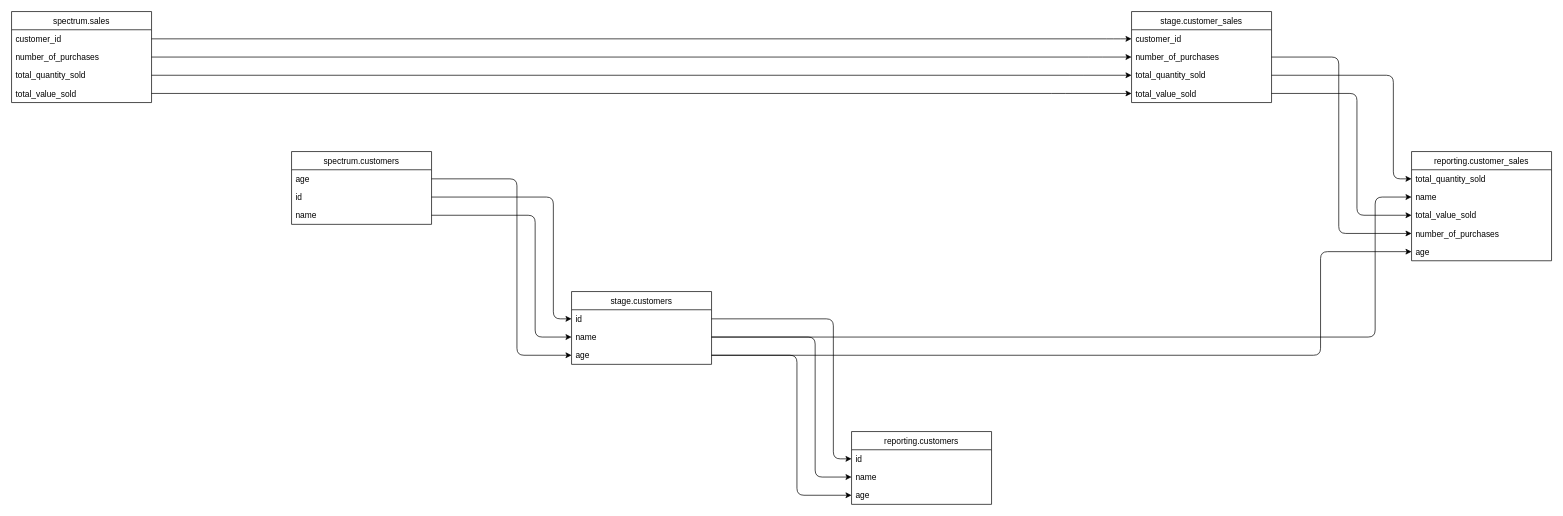
This is outputs/output.drawio from domherriott/sqlinks, a draw.io file, before an edit. Source tidied: cells renumbered, new cells numbered last; positions are measured from the earlier drawing's top-left corner, leaving out a move shared by most shapes. Both pictures are drawn from the tidied source at 70%, with x=0, y=0 at pixel (11, 11).
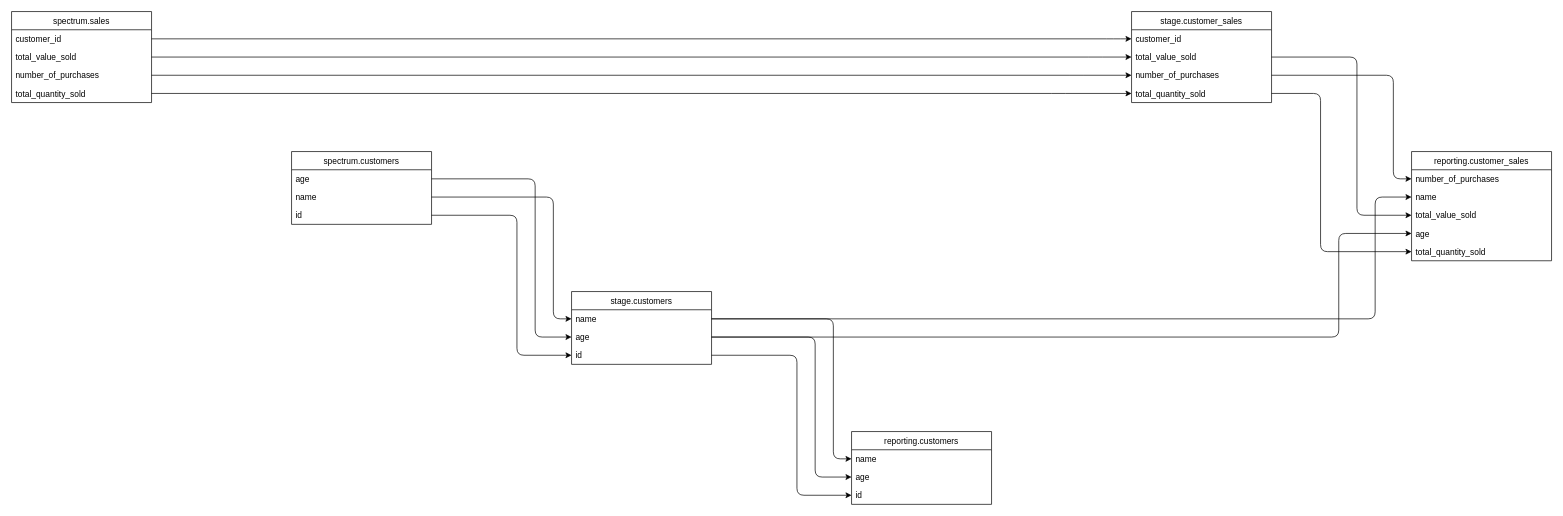
Above is the later version.

Unchanged cells that the change refers to:
```xml
<mxCell id="2" value="reporting.customers" style="swimlane;fontStyle=0;horizontal=1;startSize=26;fillColor=none;" parent="1" vertex="1">
  <mxGeometry x="1200" y="600" width="200" height="104" as="geometry" />
</mxCell>
<mxCell id="9" value="stage.customers" style="swimlane;fontStyle=0;horizontal=1;startSize=26;fillColor=none;" parent="1" vertex="1">
  <mxGeometry x="800" y="400" width="200" height="104" as="geometry" />
</mxCell>
<mxCell id="16" value="stage.customer_sales" style="swimlane;fontStyle=0;horizontal=1;startSize=26;fillColor=none;" parent="1" vertex="1">
  <mxGeometry x="1600" width="200" height="130" as="geometry" />
</mxCell>
<mxCell id="25" value="spectrum.sales" style="swimlane;fontStyle=0;horizontal=1;startSize=26;fillColor=none;" parent="1" vertex="1">
  <mxGeometry width="200" height="130" as="geometry" />
</mxCell>
<mxCell id="30" value="spectrum.customers" style="swimlane;fontStyle=0;horizontal=1;startSize=26;fillColor=none;" parent="1" vertex="1">
  <mxGeometry x="400" y="200" width="200" height="104" as="geometry" />
</mxCell>
<mxCell id="31" value="age" style="text;strokeColor=none;fillColor=none;align=left;verticalAlign=top;spacingLeft=4;spacingRight=4;overflow=hidden;points=[[0,0.5],[1,0.5]];portConstraint=eastwest;" parent="30" vertex="1">
  <mxGeometry y="26" width="200" height="26" as="geometry" />
</mxCell>
<mxCell id="34" value="reporting.customer_sales" style="swimlane;fontStyle=0;horizontal=1;startSize=26;fillColor=none;" parent="1" vertex="1">
  <mxGeometry x="2000" y="200" width="200" height="156" as="geometry" />
</mxCell>
<mxCell id="37" value="name" style="text;strokeColor=none;fillColor=none;align=left;verticalAlign=top;spacingLeft=4;spacingRight=4;overflow=hidden;points=[[0,0.5],[1,0.5]];portConstraint=eastwest;" parent="34" vertex="1">
  <mxGeometry y="52" width="200" height="26" as="geometry" />
</mxCell>
<mxCell id="39" value="total_value_sold" style="text;strokeColor=none;fillColor=none;align=left;verticalAlign=top;spacingLeft=4;spacingRight=4;overflow=hidden;points=[[0,0.5],[1,0.5]];portConstraint=eastwest;" parent="34" vertex="1">
  <mxGeometry y="78" width="200" height="26" as="geometry" />
</mxCell>
```

The edit, as a diff of the source:
```diff
@@
-    <mxCell id="3" value="id" style="text;strokeColor=none;fillColor=none;align=left;verticalAlign=top;spacingLeft=4;spacingRight=4;overflow=hidden;points=[[0,0.5],[1,0.5]];portConstraint=eastwest;" parent="2" vertex="1">
+    <mxCell id="3" value="name" style="text;strokeColor=none;fillColor=none;align=left;verticalAlign=top;spacingLeft=4;spacingRight=4;overflow=hidden;points=[[0,0.5],[1,0.5]];portConstraint=eastwest;" parent="2" vertex="1">
       <mxGeometry y="26" width="200" height="26" as="geometry" />
     </mxCell>
@@
-    <mxCell id="5" value="name" style="text;strokeColor=none;fillColor=none;align=left;verticalAlign=top;spacingLeft=4;spacingRight=4;overflow=hidden;points=[[0,0.5],[1,0.5]];portConstraint=eastwest;" parent="2" vertex="1">
+    <mxCell id="5" value="age" style="text;strokeColor=none;fillColor=none;align=left;verticalAlign=top;spacingLeft=4;spacingRight=4;overflow=hidden;points=[[0,0.5],[1,0.5]];portConstraint=eastwest;" parent="2" vertex="1">
       <mxGeometry y="52" width="200" height="26" as="geometry" />
     </mxCell>
@@
-    <mxCell id="7" value="age" style="text;strokeColor=none;fillColor=none;align=left;verticalAlign=top;spacingLeft=4;spacingRight=4;overflow=hidden;points=[[0,0.5],[1,0.5]];portConstraint=eastwest;" parent="2" vertex="1">
+    <mxCell id="7" value="id" style="text;strokeColor=none;fillColor=none;align=left;verticalAlign=top;spacingLeft=4;spacingRight=4;overflow=hidden;points=[[0,0.5],[1,0.5]];portConstraint=eastwest;" parent="2" vertex="1">
       <mxGeometry y="78" width="200" height="26" as="geometry" />
     </mxCell>
@@
-    <mxCell id="10" value="id" style="text;strokeColor=none;fillColor=none;align=left;verticalAlign=top;spacingLeft=4;spacingRight=4;overflow=hidden;points=[[0,0.5],[1,0.5]];portConstraint=eastwest;" parent="9" vertex="1">
+    <mxCell id="10" value="name" style="text;strokeColor=none;fillColor=none;align=left;verticalAlign=top;spacingLeft=4;spacingRight=4;overflow=hidden;points=[[0,0.5],[1,0.5]];portConstraint=eastwest;" parent="9" vertex="1">
       <mxGeometry y="26" width="200" height="26" as="geometry" />
     </mxCell>
@@
-    <mxCell id="12" value="name" style="text;strokeColor=none;fillColor=none;align=left;verticalAlign=top;spacingLeft=4;spacingRight=4;overflow=hidden;points=[[0,0.5],[1,0.5]];portConstraint=eastwest;" parent="9" vertex="1">
+    <mxCell id="12" value="age" style="text;strokeColor=none;fillColor=none;align=left;verticalAlign=top;spacingLeft=4;spacingRight=4;overflow=hidden;points=[[0,0.5],[1,0.5]];portConstraint=eastwest;" parent="9" vertex="1">
       <mxGeometry y="52" width="200" height="26" as="geometry" />
     </mxCell>
-    <mxCell id="13" style="edgeStyle=elbowEdgeStyle;elbow=horizontal;endArrow=classic;html=1;exitX=1;exitY=0.5;exitDx=0;exitDy=0;entryX=0;entryY=0.5;entryDx=0;entryDy=0;" parent="1" edge="1" source="33" target="12">
+    <mxCell id="13" style="edgeStyle=elbowEdgeStyle;elbow=horizontal;endArrow=classic;html=1;exitX=1;exitY=0.5;exitDx=0;exitDy=0;entryX=0;entryY=0.5;entryDx=0;entryDy=0;" parent="1" edge="1" source="31" target="12">
       <mxGeometry relative="1" as="geometry">
         <Array as="points">
           <mxPoint x="748" y="452" />
         </Array>
       </mxGeometry>
     </mxCell>
-    <mxCell id="14" value="age" style="text;strokeColor=none;fillColor=none;align=left;verticalAlign=top;spacingLeft=4;spacingRight=4;overflow=hidden;points=[[0,0.5],[1,0.5]];portConstraint=eastwest;" parent="9" vertex="1">
+    <mxCell id="14" value="id" style="text;strokeColor=none;fillColor=none;align=left;verticalAlign=top;spacingLeft=4;spacingRight=4;overflow=hidden;points=[[0,0.5],[1,0.5]];portConstraint=eastwest;" parent="9" vertex="1">
       <mxGeometry y="78" width="200" height="26" as="geometry" />
     </mxCell>
-    <mxCell id="15" style="edgeStyle=elbowEdgeStyle;elbow=horizontal;endArrow=classic;html=1;exitX=1;exitY=0.5;exitDx=0;exitDy=0;entryX=0;entryY=0.5;entryDx=0;entryDy=0;" parent="1" edge="1" source="31" target="14">
+    <mxCell id="15" style="edgeStyle=elbowEdgeStyle;elbow=horizontal;endArrow=classic;html=1;exitX=1;exitY=0.5;exitDx=0;exitDy=0;entryX=0;entryY=0.5;entryDx=0;entryDy=0;" parent="1" edge="1" source="33" target="14">
       <mxGeometry relative="1" as="geometry">
         <Array as="points">
           <mxPoint x="722" y="478" />
         </Array>
       </mxGeometry>
     </mxCell>
@@
-    <mxCell id="19" value="number_of_purchases" style="text;strokeColor=none;fillColor=none;align=left;verticalAlign=top;spacingLeft=4;spacingRight=4;overflow=hidden;points=[[0,0.5],[1,0.5]];portConstraint=eastwest;" parent="16" vertex="1">
+    <mxCell id="19" value="total_value_sold" style="text;strokeColor=none;fillColor=none;align=left;verticalAlign=top;spacingLeft=4;spacingRight=4;overflow=hidden;points=[[0,0.5],[1,0.5]];portConstraint=eastwest;" parent="16" vertex="1">
       <mxGeometry y="52" width="200" height="26" as="geometry" />
     </mxCell>
@@
-    <mxCell id="21" value="total_quantity_sold" style="text;strokeColor=none;fillColor=none;align=left;verticalAlign=top;spacingLeft=4;spacingRight=4;overflow=hidden;points=[[0,0.5],[1,0.5]];portConstraint=eastwest;" parent="16" vertex="1">
+    <mxCell id="21" value="number_of_purchases" style="text;strokeColor=none;fillColor=none;align=left;verticalAlign=top;spacingLeft=4;spacingRight=4;overflow=hidden;points=[[0,0.5],[1,0.5]];portConstraint=eastwest;" parent="16" vertex="1">
       <mxGeometry y="78" width="200" height="26" as="geometry" />
     </mxCell>
@@
-    <mxCell id="23" value="total_value_sold" style="text;strokeColor=none;fillColor=none;align=left;verticalAlign=top;spacingLeft=4;spacingRight=4;overflow=hidden;points=[[0,0.5],[1,0.5]];portConstraint=eastwest;" parent="16" vertex="1">
+    <mxCell id="23" value="total_quantity_sold" style="text;strokeColor=none;fillColor=none;align=left;verticalAlign=top;spacingLeft=4;spacingRight=4;overflow=hidden;points=[[0,0.5],[1,0.5]];portConstraint=eastwest;" parent="16" vertex="1">
       <mxGeometry y="104" width="200" height="26" as="geometry" />
     </mxCell>
@@
-    <mxCell id="27" value="number_of_purchases" style="text;strokeColor=none;fillColor=none;align=left;verticalAlign=top;spacingLeft=4;spacingRight=4;overflow=hidden;points=[[0,0.5],[1,0.5]];portConstraint=eastwest;" parent="25" vertex="1">
+    <mxCell id="27" value="total_value_sold" style="text;strokeColor=none;fillColor=none;align=left;verticalAlign=top;spacingLeft=4;spacingRight=4;overflow=hidden;points=[[0,0.5],[1,0.5]];portConstraint=eastwest;" parent="25" vertex="1">
       <mxGeometry y="52" width="200" height="26" as="geometry" />
     </mxCell>
-    <mxCell id="28" value="total_quantity_sold" style="text;strokeColor=none;fillColor=none;align=left;verticalAlign=top;spacingLeft=4;spacingRight=4;overflow=hidden;points=[[0,0.5],[1,0.5]];portConstraint=eastwest;" parent="25" vertex="1">
+    <mxCell id="28" value="number_of_purchases" style="text;strokeColor=none;fillColor=none;align=left;verticalAlign=top;spacingLeft=4;spacingRight=4;overflow=hidden;points=[[0,0.5],[1,0.5]];portConstraint=eastwest;" parent="25" vertex="1">
       <mxGeometry y="78" width="200" height="26" as="geometry" />
     </mxCell>
-    <mxCell id="29" value="total_value_sold" style="text;strokeColor=none;fillColor=none;align=left;verticalAlign=top;spacingLeft=4;spacingRight=4;overflow=hidden;points=[[0,0.5],[1,0.5]];portConstraint=eastwest;" parent="25" vertex="1">
+    <mxCell id="29" value="total_quantity_sold" style="text;strokeColor=none;fillColor=none;align=left;verticalAlign=top;spacingLeft=4;spacingRight=4;overflow=hidden;points=[[0,0.5],[1,0.5]];portConstraint=eastwest;" parent="25" vertex="1">
       <mxGeometry y="104" width="200" height="26" as="geometry" />
     </mxCell>
@@
-    <mxCell id="32" value="id" style="text;strokeColor=none;fillColor=none;align=left;verticalAlign=top;spacingLeft=4;spacingRight=4;overflow=hidden;points=[[0,0.5],[1,0.5]];portConstraint=eastwest;" parent="30" vertex="1">
+    <mxCell id="32" value="name" style="text;strokeColor=none;fillColor=none;align=left;verticalAlign=top;spacingLeft=4;spacingRight=4;overflow=hidden;points=[[0,0.5],[1,0.5]];portConstraint=eastwest;" parent="30" vertex="1">
       <mxGeometry y="52" width="200" height="26" as="geometry" />
     </mxCell>
-    <mxCell id="33" value="name" style="text;strokeColor=none;fillColor=none;align=left;verticalAlign=top;spacingLeft=4;spacingRight=4;overflow=hidden;points=[[0,0.5],[1,0.5]];portConstraint=eastwest;" parent="30" vertex="1">
+    <mxCell id="33" value="id" style="text;strokeColor=none;fillColor=none;align=left;verticalAlign=top;spacingLeft=4;spacingRight=4;overflow=hidden;points=[[0,0.5],[1,0.5]];portConstraint=eastwest;" parent="30" vertex="1">
       <mxGeometry y="78" width="200" height="26" as="geometry" />
     </mxCell>
@@
-    <mxCell id="35" value="total_quantity_sold" style="text;strokeColor=none;fillColor=none;align=left;verticalAlign=top;spacingLeft=4;spacingRight=4;overflow=hidden;points=[[0,0.5],[1,0.5]];portConstraint=eastwest;" parent="34" vertex="1">
+    <mxCell id="35" value="number_of_purchases" style="text;strokeColor=none;fillColor=none;align=left;verticalAlign=top;spacingLeft=4;spacingRight=4;overflow=hidden;points=[[0,0.5],[1,0.5]];portConstraint=eastwest;" parent="34" vertex="1">
       <mxGeometry y="26" width="200" height="26" as="geometry" />
     </mxCell>
@@
-    <mxCell id="38" style="edgeStyle=elbowEdgeStyle;elbow=horizontal;endArrow=classic;html=1;exitX=1;exitY=0.5;exitDx=0;exitDy=0;entryX=0;entryY=0.5;entryDx=0;entryDy=0;" parent="1" edge="1" source="12" target="37">
+    <mxCell id="38" style="edgeStyle=elbowEdgeStyle;elbow=horizontal;endArrow=classic;html=1;exitX=1;exitY=0.5;exitDx=0;exitDy=0;entryX=0;entryY=0.5;entryDx=0;entryDy=0;" parent="1" edge="1" source="10" target="37">
       <mxGeometry relative="1" as="geometry">
         <Array as="points">
           <mxPoint x="1948" y="252" />
         </Array>
       </mxGeometry>
     </mxCell>
@@
-    <mxCell id="40" style="edgeStyle=elbowEdgeStyle;elbow=horizontal;endArrow=classic;html=1;exitX=1;exitY=0.5;exitDx=0;exitDy=0;entryX=0;entryY=0.5;entryDx=0;entryDy=0;" parent="1" edge="1" source="23" target="39">
+    <mxCell id="40" style="edgeStyle=elbowEdgeStyle;elbow=horizontal;endArrow=classic;html=1;exitX=1;exitY=0.5;exitDx=0;exitDy=0;entryX=0;entryY=0.5;entryDx=0;entryDy=0;" parent="1" edge="1" source="19" target="39">
       <mxGeometry relative="1" as="geometry">
         <Array as="points">
           <mxPoint x="1922" y="278" />
         </Array>
       </mxGeometry>
     </mxCell>
-    <mxCell id="41" value="number_of_purchases" style="text;strokeColor=none;fillColor=none;align=left;verticalAlign=top;spacingLeft=4;spacingRight=4;overflow=hidden;points=[[0,0.5],[1,0.5]];portConstraint=eastwest;" parent="34" vertex="1">
+    <mxCell id="41" value="age" style="text;strokeColor=none;fillColor=none;align=left;verticalAlign=top;spacingLeft=4;spacingRight=4;overflow=hidden;points=[[0,0.5],[1,0.5]];portConstraint=eastwest;" parent="34" vertex="1">
       <mxGeometry y="104" width="200" height="26" as="geometry" />
     </mxCell>
-    <mxCell id="42" style="edgeStyle=elbowEdgeStyle;elbow=horizontal;endArrow=classic;html=1;exitX=1;exitY=0.5;exitDx=0;exitDy=0;entryX=0;entryY=0.5;entryDx=0;entryDy=0;" parent="1" edge="1" source="19" target="41">
+    <mxCell id="42" style="edgeStyle=elbowEdgeStyle;elbow=horizontal;endArrow=classic;html=1;exitX=1;exitY=0.5;exitDx=0;exitDy=0;entryX=0;entryY=0.5;entryDx=0;entryDy=0;" parent="1" edge="1" source="12" target="41">
       <mxGeometry relative="1" as="geometry">
         <Array as="points">
           <mxPoint x="1896" y="304" />
         </Array>
       </mxGeometry>
     </mxCell>
-    <mxCell id="43" value="age" style="text;strokeColor=none;fillColor=none;align=left;verticalAlign=top;spacingLeft=4;spacingRight=4;overflow=hidden;points=[[0,0.5],[1,0.5]];portConstraint=eastwest;" parent="34" vertex="1">
+    <mxCell id="43" value="total_quantity_sold" style="text;strokeColor=none;fillColor=none;align=left;verticalAlign=top;spacingLeft=4;spacingRight=4;overflow=hidden;points=[[0,0.5],[1,0.5]];portConstraint=eastwest;" parent="34" vertex="1">
       <mxGeometry y="130" width="200" height="26" as="geometry" />
     </mxCell>
-    <mxCell id="44" style="edgeStyle=elbowEdgeStyle;elbow=horizontal;endArrow=classic;html=1;exitX=1;exitY=0.5;exitDx=0;exitDy=0;entryX=0;entryY=0.5;entryDx=0;entryDy=0;" parent="1" edge="1" source="14" target="43">
+    <mxCell id="44" style="edgeStyle=elbowEdgeStyle;elbow=horizontal;endArrow=classic;html=1;exitX=1;exitY=0.5;exitDx=0;exitDy=0;entryX=0;entryY=0.5;entryDx=0;entryDy=0;" parent="1" edge="1" source="23" target="43">
       <mxGeometry relative="1" as="geometry">
         <Array as="points">
           <mxPoint x="1870" y="330" />
         </Array>
       </mxGeometry>
     </mxCell>
```
